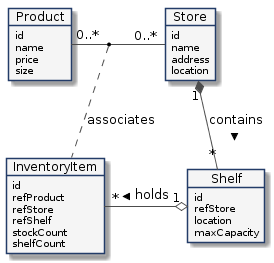
The PlantUML diagram img/entities.png in FIWARE/tutorials.Entity-Relationships, before a commit.
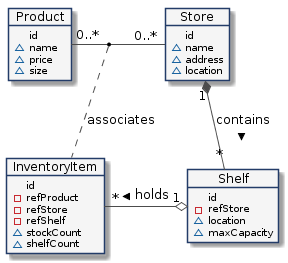
The same file after the commit.

Diff of the diagram source:
```diff
@@ -8,38 +8,37 @@
 object Product
 
 Product : id
-Product : name
-Product : price
-Product : size
+Product : ~name
+Product : ~price
+Product : ~size
 
 
 object InventoryItem
 
 InventoryItem : id
-InventoryItem : refProduct
-InventoryItem : refStore
-InventoryItem : refShelf
-InventoryItem : stockCount
-InventoryItem : shelfCount
+InventoryItem : -refProduct
+InventoryItem : -refStore
+InventoryItem : -refShelf
+InventoryItem : ~stockCount
+InventoryItem : ~shelfCount
 
 
 object Store
 
 Store : id
-Store : name
-Store : address
-Store : location
+Store : ~name
+Store : ~address
+Store : ~location
 
 object Shelf
 
 Shelf : id
-Shelf : refStore
-Shelf : location
-Shelf : maxCapacity
+Shelf : -refStore
+Shelf : ~location
+Shelf : ~maxCapacity
 
 Store "1" *-- "*" Shelf : contains >
 InventoryItem "*" -o " 1" Shelf : < holds
-
 Product "0..*" - "0..*" Store
 (Product, Store) .. InventoryItem : associates
 @enduml
```
